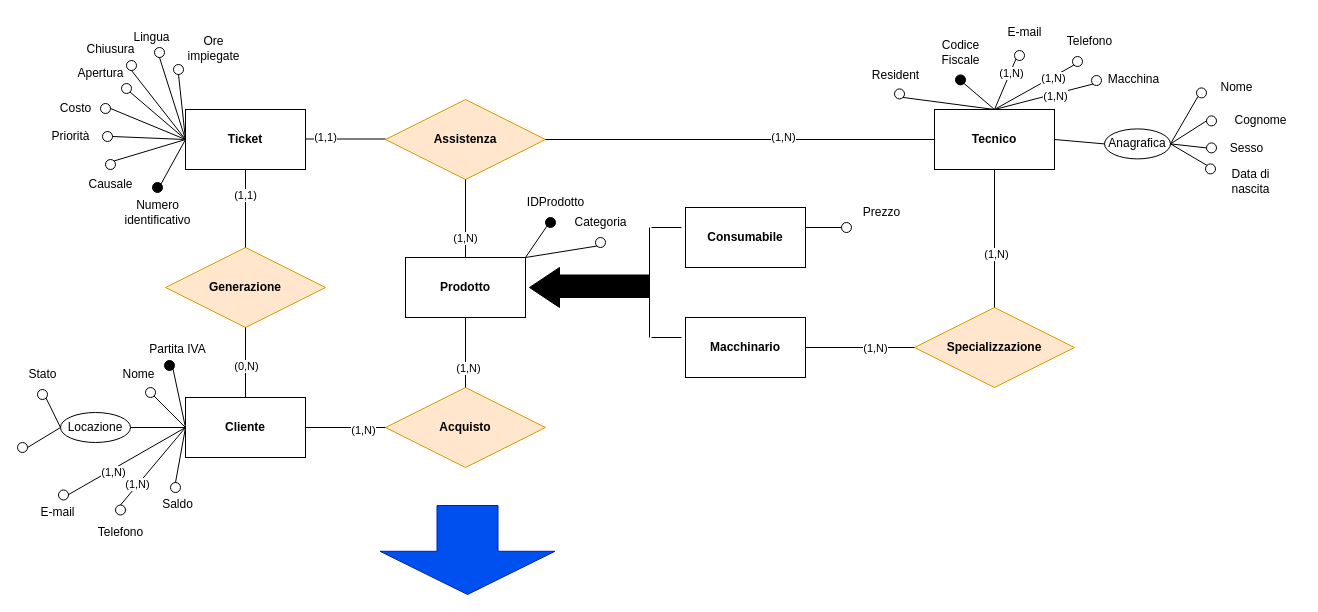
The draw.io diagram Diagrammi/generalizzazione1.drawio in fedeStaffo/Progetto_Basi_di_dati, before the edit. Source tidied: cells renumbered, new cells numbered last; positions are measured from the earlier drawing's top-left corner, leaving out a move shared by most shapes. Both pictures are drawn from the tidied source at 100%, with x=0, y=0 at pixel (17, 17).
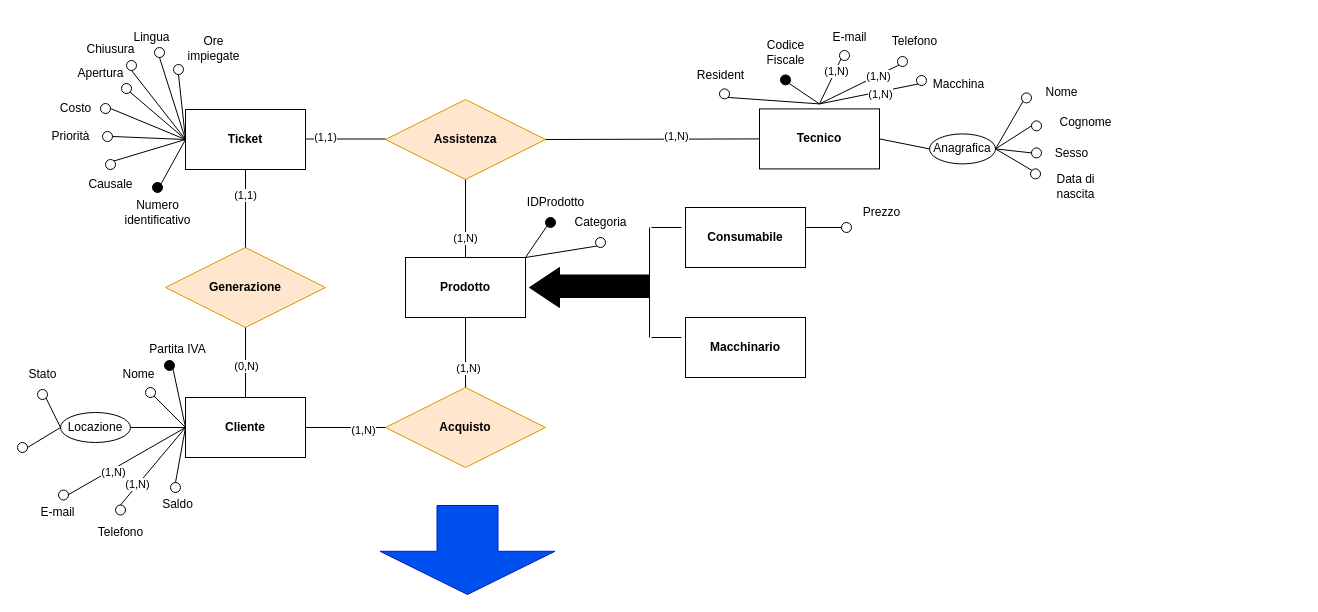
Above is the later version.

Commit message (it also covers changes not shown here):
modificata relazione competenza: specializzazione

Unchanged cells that the change refers to:
```xml
<mxCell id="34" value="&lt;b&gt;Macchinario&lt;/b&gt;" style="rounded=0;whiteSpace=wrap;html=1;" parent="1" vertex="1">
  <mxGeometry x="668" y="300" width="120" height="60" as="geometry" />
</mxCell>
```

The edit, as a diff of the source:
```diff
@@
     <mxCell id="85" value="&lt;b&gt;Tecnico&lt;/b&gt;" style="rounded=0;whiteSpace=wrap;html=1;" parent="1" vertex="1">
-      <mxGeometry x="917" y="92" width="120" height="60" as="geometry" />
+      <mxGeometry x="742" y="91.4" width="120" height="60" as="geometry" />
     </mxCell>
     <mxCell id="86" style="ellipse;whiteSpace=wrap;html=1;fillColor=#000000;" parent="1" vertex="1">
-      <mxGeometry x="938" y="57.4" width="10" height="10" as="geometry" />
+      <mxGeometry x="763" y="57.4" width="10" height="10" as="geometry" />
     </mxCell>
     <mxCell id="87" style="ellipse;whiteSpace=wrap;html=1;" parent="1" vertex="1">
-      <mxGeometry x="1179" y="70.4" width="10" height="10" as="geometry" />
+      <mxGeometry x="1004" y="75.4" width="10" height="10" as="geometry" />
     </mxCell>
     <mxCell id="88" style="ellipse;whiteSpace=wrap;html=1;" parent="1" vertex="1">
-      <mxGeometry x="1189" y="98.4" width="10" height="10" as="geometry" />
+      <mxGeometry x="1014" y="103.4" width="10" height="10" as="geometry" />
     </mxCell>
     <mxCell id="89" value="Codice&lt;br&gt;Fiscale" style="text;html=1;align=center;verticalAlign=middle;strokeColor=none;fillColor=none;" parent="1" vertex="1">
-      <mxGeometry x="913" y="15.4" width="60" height="40" as="geometry" />
+      <mxGeometry x="738" y="15.4" width="60" height="40" as="geometry" />
     </mxCell>
     <mxCell id="90" value="Nome" style="text;html=1;align=center;verticalAlign=middle;strokeColor=none;fillColor=none;" parent="1" vertex="1">
-      <mxGeometry x="1189" y="55.4" width="60" height="30" as="geometry" />
+      <mxGeometry x="1014" y="60.4" width="60" height="30" as="geometry" />
     </mxCell>
     <mxCell id="91" value="Anagrafica" style="ellipse;whiteSpace=wrap;html=1;" parent="1" vertex="1">
-      <mxGeometry x="1087" y="111.4" width="66" height="30" as="geometry" />
+      <mxGeometry x="912" y="116.4" width="66" height="30" as="geometry" />
     </mxCell>
     <mxCell id="92" value="Cognome" style="text;html=1;align=center;verticalAlign=middle;strokeColor=none;fillColor=none;" parent="1" vertex="1">
-      <mxGeometry x="1203" y="88.4" width="80" height="30" as="geometry" />
+      <mxGeometry x="1028" y="90.4" width="80" height="30" as="geometry" />
     </mxCell>
     <mxCell id="93" value="Sesso" style="text;html=1;align=center;verticalAlign=middle;strokeColor=none;fillColor=none;" parent="1" vertex="1">
-      <mxGeometry x="1199" y="116.4" width="60" height="30" as="geometry" />
+      <mxGeometry x="1024" y="121.4" width="60" height="30" as="geometry" />
     </mxCell>
     <mxCell id="94" style="ellipse;whiteSpace=wrap;html=1;" parent="1" vertex="1">
-      <mxGeometry x="1189" y="125.4" width="10" height="10" as="geometry" />
+      <mxGeometry x="1014" y="130.4" width="10" height="10" as="geometry" />
     </mxCell>
     <mxCell id="95" style="ellipse;whiteSpace=wrap;html=1;" parent="1" vertex="1">
-      <mxGeometry x="1188" y="146.4" width="10" height="10" as="geometry" />
+      <mxGeometry x="1013" y="151.4" width="10" height="10" as="geometry" />
     </mxCell>
     <mxCell id="96" value="Data di&lt;br&gt;nascita" style="text;html=1;align=center;verticalAlign=middle;strokeColor=none;fillColor=none;" parent="1" vertex="1">
-      <mxGeometry x="1203" y="144.4" width="60" height="40" as="geometry" />
+      <mxGeometry x="1028" y="149.4" width="60" height="40" as="geometry" />
     </mxCell>
     <mxCell id="97" style="ellipse;whiteSpace=wrap;html=1;" parent="1" vertex="1">
-      <mxGeometry x="877" y="71.4" width="10" height="10" as="geometry" />
+      <mxGeometry x="702" y="71.4" width="10" height="10" as="geometry" />
     </mxCell>
     <mxCell id="98" value="Resident" style="text;html=1;align=center;verticalAlign=middle;strokeColor=none;fillColor=none;" parent="1" vertex="1">
-      <mxGeometry x="843" y="43.4" width="70" height="30" as="geometry" />
+      <mxGeometry x="668" y="43.4" width="70" height="30" as="geometry" />
     </mxCell>
     <mxCell id="99" style="ellipse;whiteSpace=wrap;html=1;" parent="1" vertex="1">
-      <mxGeometry x="997" y="33" width="10" height="10" as="geometry" />
+      <mxGeometry x="822" y="33" width="10" height="10" as="geometry" />
     </mxCell>
     <mxCell id="100" value="E-mail" style="text;html=1;align=center;verticalAlign=middle;strokeColor=none;fillColor=none;" parent="1" vertex="1">
-      <mxGeometry x="977" width="60" height="30" as="geometry" />
+      <mxGeometry x="802" y="5" width="60" height="30" as="geometry" />
     </mxCell>
     <mxCell id="101" value="Telefono" style="text;html=1;align=center;verticalAlign=middle;strokeColor=none;fillColor=none;" parent="1" vertex="1">
-      <mxGeometry x="1037" y="8.5" width="70" height="30" as="geometry" />
+      <mxGeometry x="862" y="8.5" width="70" height="30" as="geometry" />
     </mxCell>
     <mxCell id="102" style="ellipse;whiteSpace=wrap;html=1;" parent="1" vertex="1">
-      <mxGeometry x="1055" y="39" width="10" height="10" as="geometry" />
+      <mxGeometry x="880" y="39" width="10" height="10" as="geometry" />
     </mxCell>
-    <mxCell id="103" style="endArrow=none;html=1;rounded=0;entryX=1;entryY=1;entryDx=0;entryDy=0;exitX=0.5;exitY=0;exitDx=0;exitDy=0;" parent="1" edge="1" source="85" target="97">
-      <mxGeometry relative="1" as="geometry" />
+    <mxCell id="103" style="endArrow=none;html=1;rounded=0;entryX=1;entryY=1;entryDx=0;entryDy=0;exitX=0.5;exitY=0;exitDx=0;exitDy=0;" parent="1" edge="1" target="97">
+      <mxGeometry relative="1" as="geometry">
+        <mxPoint x="802" y="86.4" as="sourcePoint" />
+      </mxGeometry>
     </mxCell>
-    <mxCell id="104" style="endArrow=none;html=1;rounded=0;entryX=1;entryY=1;entryDx=0;entryDy=0;exitX=0.5;exitY=0;exitDx=0;exitDy=0;" parent="1" edge="1" source="85" target="86">
-      <mxGeometry relative="1" as="geometry" />
+    <mxCell id="104" style="endArrow=none;html=1;rounded=0;entryX=1;entryY=1;entryDx=0;entryDy=0;exitX=0.5;exitY=0;exitDx=0;exitDy=0;" parent="1" edge="1" target="86">
+      <mxGeometry relative="1" as="geometry">
+        <mxPoint x="802" y="86.4" as="sourcePoint" />
+      </mxGeometry>
     </mxCell>
-    <mxCell id="105" style="endArrow=none;html=1;rounded=0;entryX=0;entryY=1;entryDx=0;entryDy=0;exitX=0.5;exitY=0;exitDx=0;exitDy=0;" parent="1" edge="1" source="85" target="99">
-      <mxGeometry relative="1" as="geometry" />
+    <mxCell id="105" style="endArrow=none;html=1;rounded=0;entryX=0;entryY=1;entryDx=0;entryDy=0;exitX=0.5;exitY=0;exitDx=0;exitDy=0;" parent="1" edge="1" target="99">
+      <mxGeometry relative="1" as="geometry">
+        <mxPoint x="802" y="86.4" as="sourcePoint" />
+      </mxGeometry>
     </mxCell>
@@
-    <mxCell id="107" style="endArrow=none;html=1;rounded=0;entryX=0;entryY=1;entryDx=0;entryDy=0;exitX=0.5;exitY=0;exitDx=0;exitDy=0;" parent="1" edge="1" source="85" target="102">
-      <mxGeometry relative="1" as="geometry" />
+    <mxCell id="107" style="endArrow=none;html=1;rounded=0;entryX=0;entryY=1;entryDx=0;entryDy=0;exitX=0.5;exitY=0;exitDx=0;exitDy=0;" parent="1" edge="1" target="102">
+      <mxGeometry relative="1" as="geometry">
+        <mxPoint x="802" y="86.4" as="sourcePoint" />
+      </mxGeometry>
     </mxCell>
@@
     <mxCell id="114" style="ellipse;whiteSpace=wrap;html=1;" parent="1" vertex="1">
-      <mxGeometry x="1074" y="58" width="10" height="10" as="geometry" />
+      <mxGeometry x="899" y="58" width="10" height="10" as="geometry" />
     </mxCell>
     <mxCell id="115" value="Macchina" style="text;html=1;align=center;verticalAlign=middle;strokeColor=none;fillColor=none;" parent="1" vertex="1">
-      <mxGeometry x="1081" y="49" width="69" height="26" as="geometry" />
+      <mxGeometry x="906" y="54" width="69" height="26" as="geometry" />
     </mxCell>
-    <mxCell id="116" style="endArrow=none;html=1;rounded=0;entryX=0;entryY=1;entryDx=0;entryDy=0;exitX=0.5;exitY=0;exitDx=0;exitDy=0;" parent="1" edge="1" source="85" target="114">
-      <mxGeometry relative="1" as="geometry" />
+    <mxCell id="116" style="endArrow=none;html=1;rounded=0;entryX=0;entryY=1;entryDx=0;entryDy=0;exitX=0.5;exitY=0;exitDx=0;exitDy=0;" parent="1" edge="1" target="114">
+      <mxGeometry relative="1" as="geometry">
+        <mxPoint x="802" y="86.4" as="sourcePoint" />
+      </mxGeometry>
     </mxCell>
@@
-    <mxCell id="118" value="&lt;b&gt;Specializzazione&lt;/b&gt;" style="rhombus;whiteSpace=wrap;html=1;fillColor=#ffe6cc;strokeColor=#d79b00;" parent="1" vertex="1">
-      <mxGeometry x="897" y="290" width="160" height="80" as="geometry" />
-    </mxCell>
-    <mxCell id="119" style="endArrow=none;html=1;rounded=0;exitX=1;exitY=0.5;exitDx=0;exitDy=0;" parent="1" edge="1" source="34" target="118">
-      <mxGeometry relative="1" as="geometry" />
-    </mxCell>
-    <mxCell id="120" value="(1,N)" style="edgeLabel;html=1;align=center;verticalAlign=middle;" parent="119" vertex="1">
-      <mxGeometry x="0.42" relative="1" as="geometry">
-        <mxPoint x="-8" as="offset" />
-      </mxGeometry>
-    </mxCell>
-    <mxCell id="121" style="endArrow=none;html=1;rounded=0;entryX=0.5;entryY=1;entryDx=0;entryDy=0;" parent="1" edge="1" source="118" target="85">
-      <mxGeometry relative="1" as="geometry" />
-    </mxCell>
-    <mxCell id="122" value="(1,N)" style="edgeLabel;html=1;align=center;verticalAlign=middle;" parent="121" vertex="1">
-      <mxGeometry x="-0.22" y="-1" relative="1" as="geometry" />
-    </mxCell>
```
